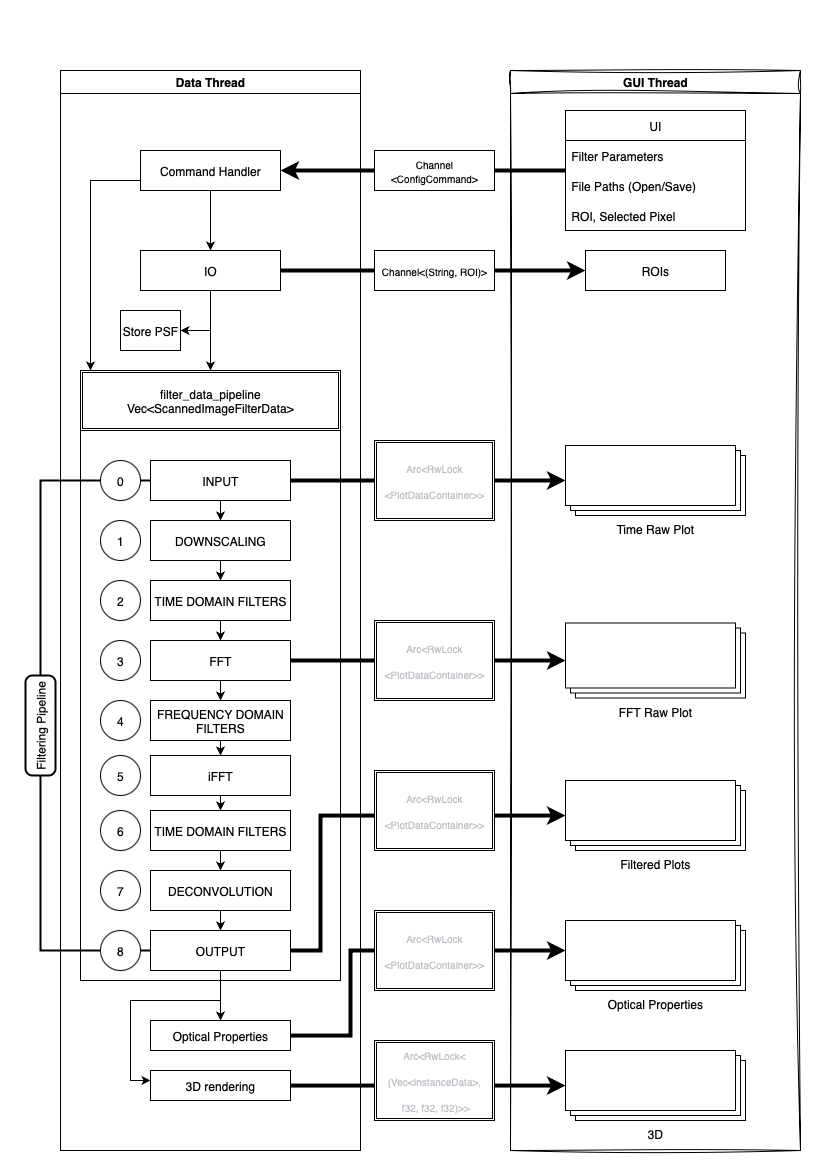
The draw.io diagram paper/thz-image-explorer.drawio.png in unibe-icelab/thz-image-explorer, before a commit. Source tidied: cells renumbered, new cells last; positions are measured from the earlier drawing's top-left corner, leaving out a move shared by most shapes.
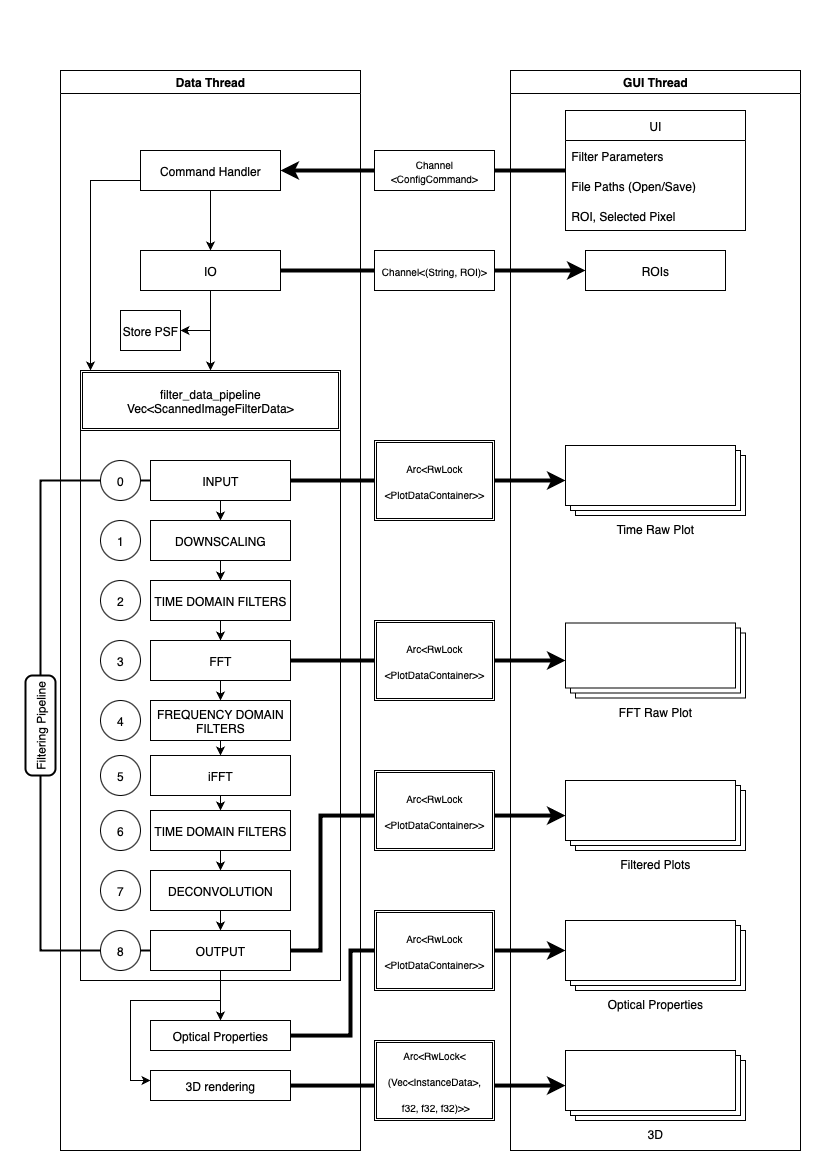
Above is the later version.

Change to the diagram source:
```diff
@@ -131,7 +131,7 @@
     <mxCell id="39" value="3D rendering" style="whiteSpace=wrap;html=1;" parent="2" vertex="1">
       <mxGeometry x="90" y="1000" width="140" height="30" as="geometry" />
     </mxCell>
-    <mxCell id="40" value="GUI Thread" style="swimlane;sketch=1;curveFitting=1;jiggle=2;" parent="1" vertex="1">
+    <mxCell id="40" value="GUI Thread" style="swimlane;" parent="1" vertex="1">
       <mxGeometry x="520" width="290" height="1080" as="geometry" />
     </mxCell>
     <mxCell id="41" value="UI" style="swimlane;fontStyle=0;horizontal=1;startSize=30;whiteSpace=wrap;html=1;" parent="40" vertex="1">
@@ -205,7 +205,7 @@
         </Array>
       </mxGeometry>
     </mxCell>
-    <mxCell id="60" value="&lt;div style=&quot;&quot;&gt;&lt;pre&gt;&lt;div style=&quot;white-space: normal;&quot;&gt;&lt;pre&gt;&lt;font face=&quot;Helvetica&quot; style=&quot;font-size: 10px; color: light-dark(rgb(188, 190, 196), rgb(255, 255, 255));&quot;&gt;Arc&amp;lt;RwLock&amp;lt;&lt;/font&gt;&lt;/pre&gt;&lt;pre&gt;&lt;font face=&quot;Helvetica&quot; style=&quot;font-size: 10px; color: light-dark(rgb(188, 190, 196), rgb(255, 255, 255));&quot;&gt;(Vec&amp;lt;InstanceData&amp;gt;,&lt;/font&gt;&lt;/pre&gt;&lt;pre&gt;&lt;font face=&quot;Helvetica&quot; style=&quot;font-size: 10px; color: light-dark(rgb(188, 190, 196), rgb(255, 255, 255));&quot;&gt; f32, f32, f32)&amp;gt;&amp;gt;&lt;/font&gt;&lt;/pre&gt;&lt;/div&gt;&lt;/pre&gt;&lt;/div&gt;" style="shape=ext;double=1;rounded=0;whiteSpace=wrap;html=1;align=center;" parent="1" vertex="1">
+    <mxCell id="60" value="&lt;div style=&quot;&quot;&gt;&lt;pre&gt;&lt;div style=&quot;white-space: normal;&quot;&gt;&lt;pre&gt;&lt;font face=&quot;Helvetica&quot; style=&quot;font-size: 10px;&quot;&gt;Arc&amp;lt;RwLock&amp;lt;&lt;/font&gt;&lt;/pre&gt;&lt;pre&gt;&lt;font face=&quot;Helvetica&quot; style=&quot;font-size: 10px;&quot;&gt;(Vec&amp;lt;InstanceData&amp;gt;,&lt;/font&gt;&lt;/pre&gt;&lt;pre&gt;&lt;font face=&quot;Helvetica&quot; style=&quot;font-size: 10px;&quot;&gt; f32, f32, f32)&amp;gt;&amp;gt;&lt;/font&gt;&lt;/pre&gt;&lt;/div&gt;&lt;/pre&gt;&lt;/div&gt;" style="shape=ext;double=1;rounded=0;whiteSpace=wrap;html=1;align=center;fontColor=light-dark(#000000,#FFFFFF);" parent="1" vertex="1">
       <mxGeometry x="384" y="970" width="120" height="80" as="geometry" />
     </mxCell>
     <mxCell id="61" style="edgeStyle=orthogonalEdgeStyle;rounded=0;jettySize=auto;html=1;strokeWidth=4;" parent="1" edge="1" source="8" target="50">
@@ -216,7 +216,7 @@
         </Array>
       </mxGeometry>
     </mxCell>
-    <mxCell id="62" value="&lt;div style=&quot;&quot;&gt;&lt;pre&gt;&lt;font style=&quot;color: light-dark(rgb(188, 190, 196), rgb(255, 255, 255)); font-size: 10px;&quot; face=&quot;Helvetica&quot;&gt;Arc&amp;lt;RwLock&lt;/font&gt;&lt;/pre&gt;&lt;pre&gt;&lt;font style=&quot;color: light-dark(rgb(188, 190, 196), rgb(255, 255, 255)); font-size: 10px;&quot; face=&quot;Helvetica&quot;&gt;&amp;lt;PlotDataContainer&amp;gt;&amp;gt;&lt;/font&gt;&lt;/pre&gt;&lt;/div&gt;" style="shape=ext;double=1;rounded=0;whiteSpace=wrap;html=1;align=center;" parent="1" vertex="1">
+    <mxCell id="62" value="&lt;div style=&quot;&quot;&gt;&lt;pre&gt;&lt;font face=&quot;Helvetica&quot; style=&quot;font-size: 10px;&quot;&gt;Arc&amp;lt;RwLock&lt;/font&gt;&lt;/pre&gt;&lt;pre&gt;&lt;font face=&quot;Helvetica&quot; style=&quot;font-size: 10px;&quot;&gt;&amp;lt;PlotDataContainer&amp;gt;&amp;gt;&lt;/font&gt;&lt;/pre&gt;&lt;/div&gt;" style="shape=ext;double=1;rounded=0;whiteSpace=wrap;html=1;align=center;fontColor=light-dark(#000000,#FFFFFF);" parent="1" vertex="1">
       <mxGeometry x="384" y="840" width="120" height="80" as="geometry" />
     </mxCell>
     <mxCell id="63" style="edgeStyle=orthogonalEdgeStyle;rounded=0;jettySize=auto;html=1;exitX=1;exitY=0.5;exitDx=0;exitDy=0;strokeWidth=4;" parent="1" edge="1" source="25" target="51">
@@ -227,7 +227,7 @@
         </Array>
       </mxGeometry>
     </mxCell>
-    <mxCell id="64" value="&lt;div style=&quot;&quot;&gt;&lt;pre&gt;&lt;font style=&quot;color: light-dark(rgb(188, 190, 196), rgb(255, 255, 255)); font-size: 10px;&quot; face=&quot;Helvetica&quot;&gt;Arc&amp;lt;RwLock&lt;/font&gt;&lt;/pre&gt;&lt;pre&gt;&lt;font style=&quot;color: light-dark(rgb(188, 190, 196), rgb(255, 255, 255)); font-size: 10px;&quot; face=&quot;Helvetica&quot;&gt;&amp;lt;PlotDataContainer&amp;gt;&amp;gt;&lt;/font&gt;&lt;/pre&gt;&lt;/div&gt;" style="shape=ext;double=1;rounded=0;whiteSpace=wrap;html=1;align=center;" parent="1" vertex="1">
+    <mxCell id="64" value="&lt;div style=&quot;&quot;&gt;&lt;pre&gt;&lt;font face=&quot;Helvetica&quot; style=&quot;font-size: 10px;&quot;&gt;Arc&amp;lt;RwLock&lt;/font&gt;&lt;/pre&gt;&lt;pre&gt;&lt;font face=&quot;Helvetica&quot; style=&quot;font-size: 10px;&quot;&gt;&amp;lt;PlotDataContainer&amp;gt;&amp;gt;&lt;/font&gt;&lt;/pre&gt;&lt;/div&gt;" style="shape=ext;double=1;rounded=0;whiteSpace=wrap;html=1;align=center;fontColor=light-dark(#000000,#FFFFFF);" parent="1" vertex="1">
       <mxGeometry x="384" y="700" width="120" height="80" as="geometry" />
     </mxCell>
     <mxCell id="65" style="edgeStyle=orthogonalEdgeStyle;rounded=0;jettySize=auto;html=1;exitX=1;exitY=0.5;exitDx=0;exitDy=0;strokeWidth=4;" parent="1" edge="1" source="13" target="52">
@@ -236,10 +236,10 @@
     <mxCell id="66" style="edgeStyle=orthogonalEdgeStyle;rounded=0;jettySize=auto;html=1;exitX=1;exitY=0.5;exitDx=0;exitDy=0;strokeWidth=4;" parent="1" edge="1" source="23" target="53">
       <mxGeometry relative="1" as="geometry" />
     </mxCell>
-    <mxCell id="67" value="&lt;div style=&quot;&quot;&gt;&lt;pre&gt;&lt;font style=&quot;color: light-dark(rgb(188, 190, 196), rgb(255, 255, 255)); font-size: 10px;&quot; face=&quot;Helvetica&quot;&gt;Arc&amp;lt;RwLock&lt;/font&gt;&lt;/pre&gt;&lt;pre&gt;&lt;font style=&quot;color: light-dark(rgb(188, 190, 196), rgb(255, 255, 255)); font-size: 10px;&quot; face=&quot;Helvetica&quot;&gt;&amp;lt;PlotDataContainer&amp;gt;&amp;gt;&lt;/font&gt;&lt;/pre&gt;&lt;/div&gt;" style="shape=ext;double=1;rounded=0;whiteSpace=wrap;html=1;align=center;" parent="1" vertex="1">
+    <mxCell id="67" value="&lt;div style=&quot;&quot;&gt;&lt;pre&gt;&lt;font face=&quot;Helvetica&quot; style=&quot;font-size: 10px;&quot;&gt;Arc&amp;lt;RwLock&lt;/font&gt;&lt;/pre&gt;&lt;pre&gt;&lt;font face=&quot;Helvetica&quot; style=&quot;font-size: 10px;&quot;&gt;&amp;lt;PlotDataContainer&amp;gt;&amp;gt;&lt;/font&gt;&lt;/pre&gt;&lt;/div&gt;" style="shape=ext;double=1;rounded=0;whiteSpace=wrap;html=1;align=center;fontColor=light-dark(#000000,#FFFFFF);" parent="1" vertex="1">
       <mxGeometry x="384" y="550" width="120" height="80" as="geometry" />
     </mxCell>
-    <mxCell id="68" value="&lt;div style=&quot;&quot;&gt;&lt;pre&gt;&lt;font style=&quot;color: light-dark(rgb(188, 190, 196), rgb(255, 255, 255)); font-size: 10px;&quot; face=&quot;Helvetica&quot;&gt;Arc&amp;lt;RwLock&lt;/font&gt;&lt;/pre&gt;&lt;pre&gt;&lt;font style=&quot;color: light-dark(rgb(188, 190, 196), rgb(255, 255, 255)); font-size: 10px;&quot; face=&quot;Helvetica&quot;&gt;&amp;lt;PlotDataContainer&amp;gt;&amp;gt;&lt;/font&gt;&lt;/pre&gt;&lt;/div&gt;" style="shape=ext;double=1;rounded=0;whiteSpace=wrap;html=1;align=center;" parent="1" vertex="1">
+    <mxCell id="68" value="&lt;div style=&quot;&quot;&gt;&lt;pre&gt;&lt;font face=&quot;Helvetica&quot; style=&quot;font-size: 10px;&quot;&gt;Arc&amp;lt;RwLock&lt;/font&gt;&lt;/pre&gt;&lt;pre&gt;&lt;font face=&quot;Helvetica&quot; style=&quot;font-size: 10px;&quot;&gt;&amp;lt;PlotDataContainer&amp;gt;&amp;gt;&lt;/font&gt;&lt;/pre&gt;&lt;/div&gt;" style="shape=ext;double=1;rounded=0;whiteSpace=wrap;html=1;align=center;fontColor=light-dark(#000000,#FFFFFF);" parent="1" vertex="1">
       <mxGeometry x="384" y="370" width="120" height="80" as="geometry" />
     </mxCell>
   </root>
```
